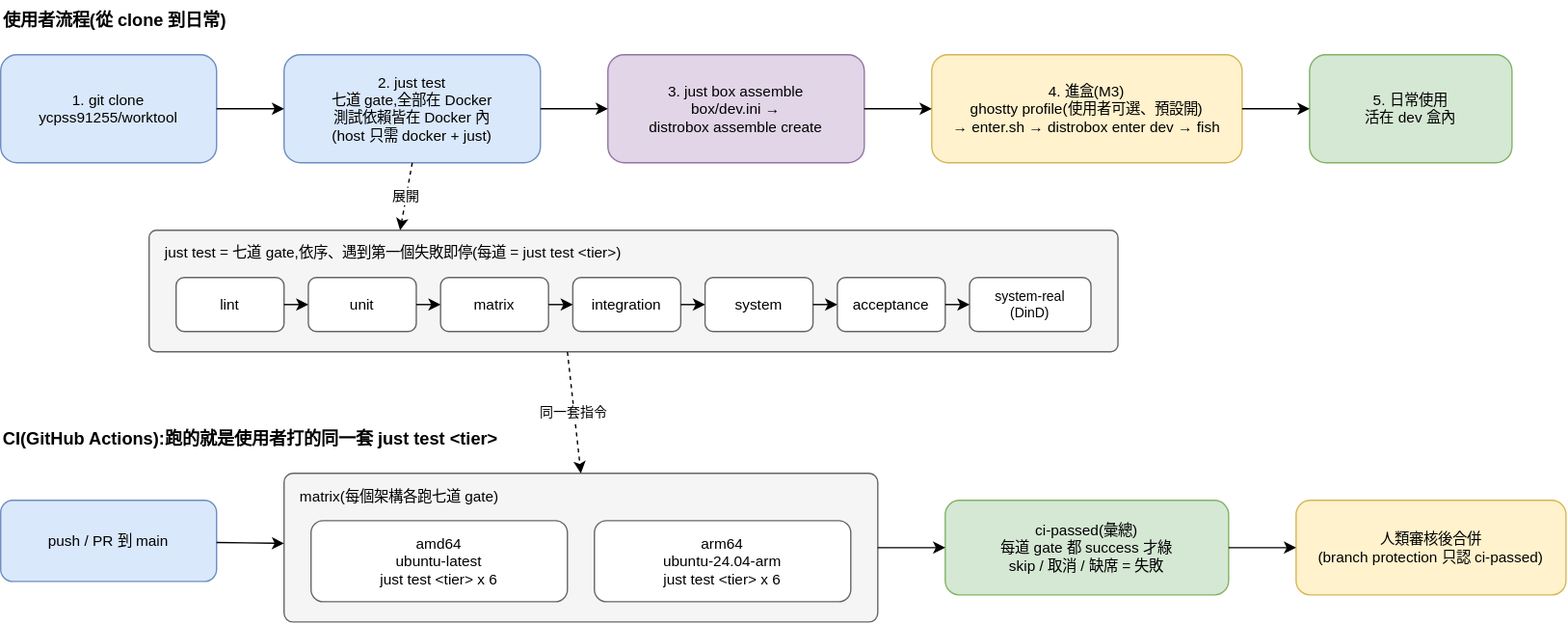
The draw.io diagram doc/diagram/flow.drawio.svg in ycpss91255/worktool, before a commit. Source tidied: cells renumbered, new cells last; positions are measured from the earlier drawing's top-left corner, leaving out a move shared by most shapes.
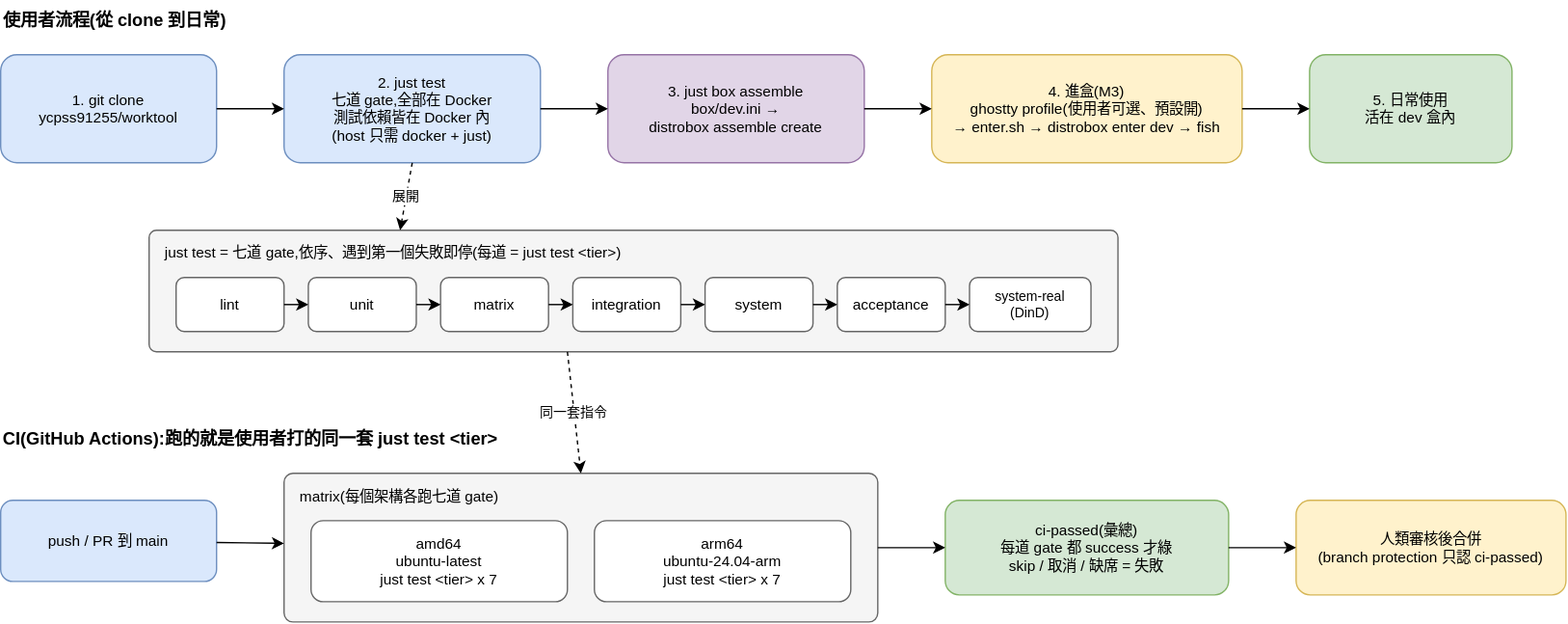
After the commit.

Commit message:
fix(docs): count seven stages in flow CI architecture labels

Refs: #473

What changed in the source:
```diff
@@ -86,10 +86,10 @@
     <mxCell id="29" value="matrix(每個架構各跑七道 gate)" style="rounded=1;arcSize=6;verticalAlign=top;align=left;spacingLeft=10;spacingTop=4;fillColor=#f5f5f5;strokeColor=#666666;fontSize=11;" parent="1" vertex="1">
       <mxGeometry x="210" y="350" width="440" height="110" as="geometry" />
     </mxCell>
-    <mxCell id="30" value="amd64&#10;ubuntu-latest&#10;just test &lt;tier&gt; x 6" style="rounded=1;fillColor=#ffffff;strokeColor=#666666;fontSize=11;" parent="1" vertex="1">
+    <mxCell id="30" value="amd64&#10;ubuntu-latest&#10;just test &lt;tier&gt; x 7" style="rounded=1;fillColor=#ffffff;strokeColor=#666666;fontSize=11;" parent="1" vertex="1">
       <mxGeometry x="230" y="385" width="190" height="60" as="geometry" />
     </mxCell>
-    <mxCell id="31" value="arm64&#10;ubuntu-24.04-arm&#10;just test &lt;tier&gt; x 6" style="rounded=1;fillColor=#ffffff;strokeColor=#666666;fontSize=11;" parent="1" vertex="1">
+    <mxCell id="31" value="arm64&#10;ubuntu-24.04-arm&#10;just test &lt;tier&gt; x 7" style="rounded=1;fillColor=#ffffff;strokeColor=#666666;fontSize=11;" parent="1" vertex="1">
       <mxGeometry x="440" y="385" width="190" height="60" as="geometry" />
     </mxCell>
     <mxCell id="32" value="ci-passed(彙總)&#10;每道 gate 都 success 才綠&#10;skip / 取消 / 缺席 = 失敗" style="rounded=1;fillColor=#d5e8d4;strokeColor=#82b366;fontSize=11;" parent="1" vertex="1">
```
